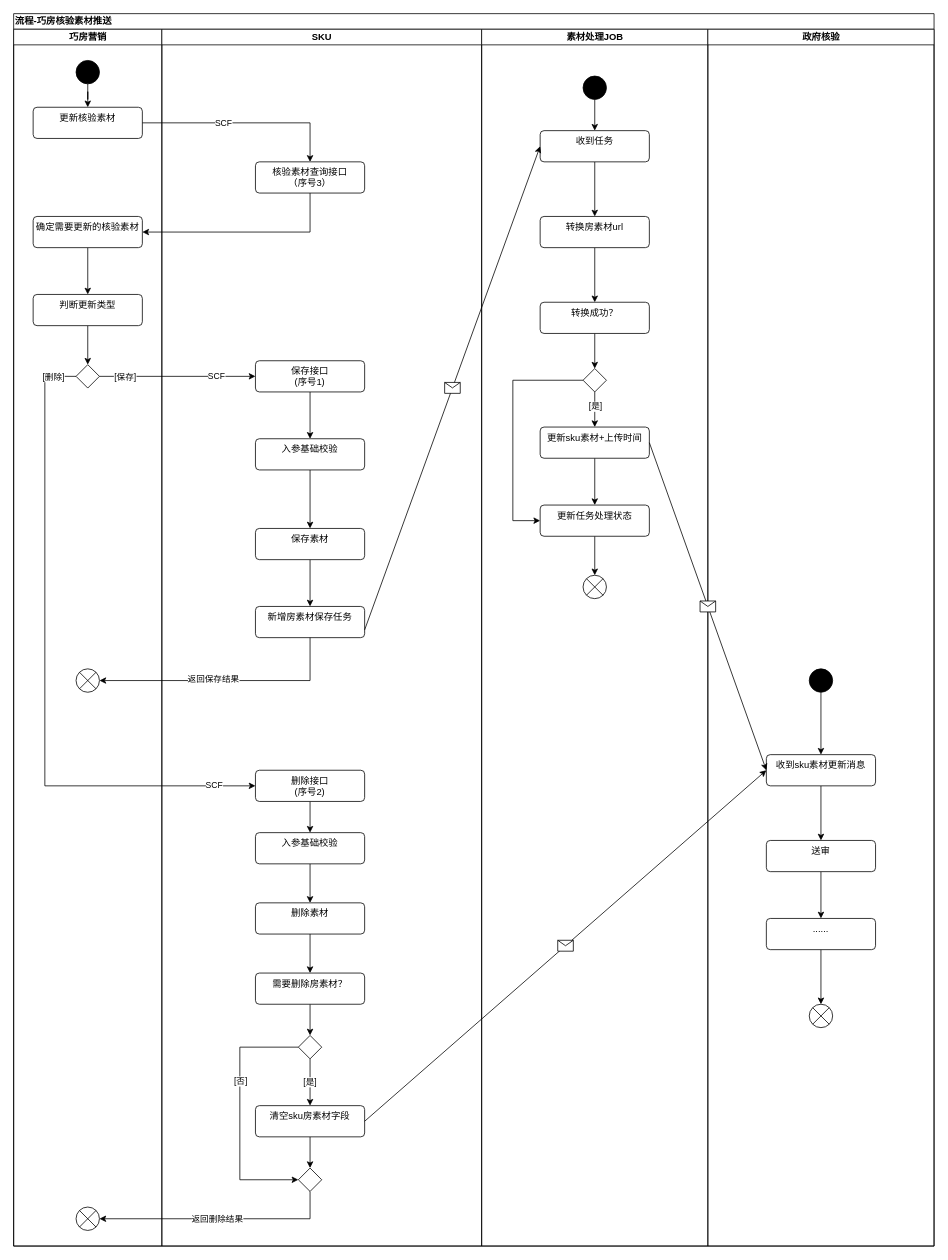
Above: page "流程-巧房核验素材推送" (4 of 8) of 设计文档/政府核验sku化.drawio in guyukou/drawio (draw.io), before the change. Source tidied: cells renumbered, new cells numbered last; positions are measured from the earlier drawing's top-left corner, leaving out a move shared by most shapes. Both pictures are drawn from the tidied source at 78%, with x=0, y=0 at pixel (13, 13).
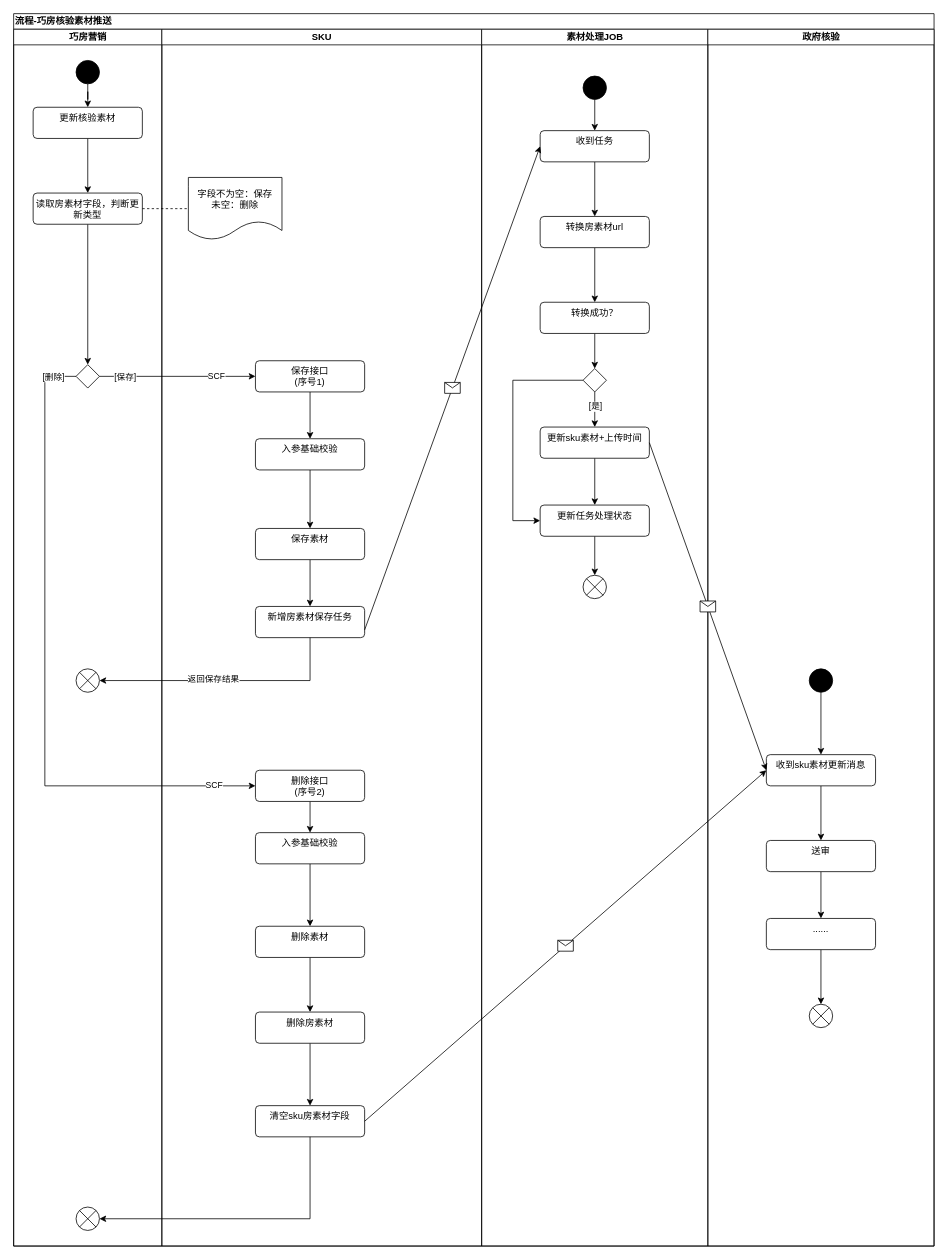
The same diagram, later.

Commit message:
更新政府核验sku化.drawio

Unchanged cells that the change refers to:
```xml
<mxCell id="2" value="流程-巧房核验素材推送" style="swimlane;startSize=20;html=1;align=left;" parent="1" vertex="1">
  <mxGeometry width="1180" height="1580" as="geometry" />
</mxCell>
<mxCell id="3" value="巧房营销" style="swimlane;startSize=20;html=1;" parent="2" vertex="1">
  <mxGeometry y="20" width="190" height="1560" as="geometry" />
</mxCell>
<mxCell id="8" value="更新核验素材" style="html=1;align=center;verticalAlign=top;rounded=1;absoluteArcSize=1;arcSize=10;dashed=0;whiteSpace=wrap;" parent="3" vertex="1">
  <mxGeometry x="25" y="100" width="140" height="40" as="geometry" />
</mxCell>
<mxCell id="13" style="shape=sumEllipse;perimeter=ellipsePerimeter;html=1;backgroundOutline=1;" parent="3" vertex="1">
  <mxGeometry x="80" y="1510" width="30" height="30" as="geometry" />
</mxCell>
<mxCell id="14" value="SKU" style="swimlane;startSize=20;html=1;" parent="2" vertex="1">
  <mxGeometry x="190" y="20" width="410" height="1560" as="geometry" />
</mxCell>
<mxCell id="36" value="清空sku房素材字段" style="html=1;align=center;verticalAlign=top;rounded=1;absoluteArcSize=1;arcSize=10;dashed=0;whiteSpace=wrap;" parent="14" vertex="1">
  <mxGeometry x="120" y="1380" width="140" height="40" as="geometry" />
</mxCell>
```

Diff of the diagram source:
```diff
@@
-    <mxCell id="6" style="edgeStyle=orthogonalEdgeStyle;rounded=0;jettySize=auto;html=1;entryX=0.5;entryY=0;entryDx=0;entryDy=0;" parent="3" edge="1" source="7" target="10">
+    <mxCell id="6" style="edgeStyle=orthogonalEdgeStyle;rounded=0;jettySize=auto;html=1;entryX=0.5;entryY=0;entryDx=0;entryDy=0;exitX=0.5;exitY=1;exitDx=0;exitDy=0;" parent="3" edge="1" source="8" target="10">
       <mxGeometry relative="1" as="geometry" />
     </mxCell>
-    <mxCell id="7" value="确定需要更新的核验素材" style="html=1;align=center;verticalAlign=top;rounded=1;absoluteArcSize=1;arcSize=10;dashed=0;whiteSpace=wrap;" parent="3" vertex="1">
-      <mxGeometry x="25" y="240" width="140" height="40" as="geometry" />
-    </mxCell>
@@
-    <mxCell id="10" value="判断更新类型" style="html=1;align=center;verticalAlign=top;rounded=1;absoluteArcSize=1;arcSize=10;dashed=0;whiteSpace=wrap;" parent="3" vertex="1">
-      <mxGeometry x="25" y="340" width="140" height="40" as="geometry" />
+    <mxCell id="10" value="读取房素材字段，判断更新类型" style="html=1;align=center;verticalAlign=top;rounded=1;absoluteArcSize=1;arcSize=10;dashed=0;whiteSpace=wrap;" parent="3" vertex="1">
+      <mxGeometry x="25" y="210" width="140" height="40" as="geometry" />
     </mxCell>
@@
-    <mxCell id="15" value="核验素材查询接口&lt;br&gt;（序号3）" style="html=1;align=center;verticalAlign=top;rounded=1;absoluteArcSize=1;arcSize=10;dashed=0;whiteSpace=wrap;" parent="14" vertex="1">
-      <mxGeometry x="120" y="170" width="140" height="40" as="geometry" />
-    </mxCell>
@@
     <mxCell id="28" value="删除素材" style="html=1;align=center;verticalAlign=top;rounded=1;absoluteArcSize=1;arcSize=10;dashed=0;whiteSpace=wrap;" parent="14" vertex="1">
-      <mxGeometry x="120" y="1120" width="140" height="40" as="geometry" />
+      <mxGeometry x="120" y="1150" width="140" height="40" as="geometry" />
     </mxCell>
-    <mxCell id="29" style="edgeStyle=orthogonalEdgeStyle;rounded=0;jettySize=auto;html=1;" parent="14" edge="1" source="30" target="34">
+    <mxCell id="29" style="edgeStyle=orthogonalEdgeStyle;rounded=0;jettySize=auto;html=1;entryX=0.5;entryY=0;entryDx=0;entryDy=0;" parent="14" edge="1" source="30" target="36">
       <mxGeometry relative="1" as="geometry" />
     </mxCell>
-    <mxCell id="30" value="需要删除房素材？" style="html=1;align=center;verticalAlign=top;rounded=1;absoluteArcSize=1;arcSize=10;dashed=0;whiteSpace=wrap;" parent="14" vertex="1">
-      <mxGeometry x="120" y="1210" width="140" height="40" as="geometry" />
+    <mxCell id="30" value="删除房素材" style="html=1;align=center;verticalAlign=top;rounded=1;absoluteArcSize=1;arcSize=10;dashed=0;whiteSpace=wrap;" parent="14" vertex="1">
+      <mxGeometry x="120" y="1260" width="140" height="40" as="geometry" />
     </mxCell>
-    <mxCell id="31" value="[是]" style="edgeStyle=orthogonalEdgeStyle;rounded=0;jettySize=auto;html=1;" parent="14" edge="1" source="34" target="36">
-      <mxGeometry relative="1" as="geometry" />
-    </mxCell>
-    <mxCell id="32" style="edgeStyle=orthogonalEdgeStyle;rounded=0;jettySize=auto;html=1;entryX=0;entryY=0.5;entryDx=0;entryDy=0;exitX=0;exitY=0.5;exitDx=0;exitDy=0;" parent="14" edge="1" source="34" target="37">
-      <mxGeometry relative="1" as="geometry">
-        <Array as="points">
-          <mxPoint x="100" y="1305" />
-          <mxPoint x="100" y="1475" />
-        </Array>
-      </mxGeometry>
-    </mxCell>
-    <mxCell id="33" value="[否]" style="edgeLabel;html=1;align=center;verticalAlign=middle;" parent="32" vertex="1">
-      <mxGeometry x="-0.26" relative="1" as="geometry" />
-    </mxCell>
-    <mxCell id="34" style="rhombus;" parent="14" vertex="1">
-      <mxGeometry x="175" y="1290" width="30" height="30" as="geometry" />
-    </mxCell>
-    <mxCell id="35" style="edgeStyle=orthogonalEdgeStyle;rounded=0;jettySize=auto;html=1;" parent="14" edge="1" source="36" target="37">
-      <mxGeometry relative="1" as="geometry" />
-    </mxCell>
@@
-    <mxCell id="37" style="rhombus;" parent="14" vertex="1">
-      <mxGeometry x="175" y="1460" width="30" height="30" as="geometry" />
-    </mxCell>
+    <mxCell id="84" value="字段不为空：保存&lt;br&gt;未空：删除" style="shape=document;whiteSpace=wrap;html=1;boundedLbl=1;" parent="14" vertex="1">
+      <mxGeometry x="34" y="190" width="120" height="80" as="geometry" />
+    </mxCell>
@@
-    <mxCell id="66" style="edgeStyle=orthogonalEdgeStyle;rounded=0;jettySize=auto;html=1;" parent="2" edge="1" source="8" target="15">
-      <mxGeometry relative="1" as="geometry" />
-    </mxCell>
-    <mxCell id="67" value="SCF" style="edgeLabel;html=1;align=center;verticalAlign=middle;" parent="66" vertex="1">
-      <mxGeometry x="-0.15" relative="1" as="geometry">
-        <mxPoint x="-10" as="offset" />
-      </mxGeometry>
-    </mxCell>
-    <mxCell id="68" style="edgeStyle=orthogonalEdgeStyle;rounded=0;jettySize=auto;html=1;entryX=1;entryY=0.5;entryDx=0;entryDy=0;exitX=0.5;exitY=1;exitDx=0;exitDy=0;" parent="2" edge="1" source="15" target="7">
-      <mxGeometry relative="1" as="geometry" />
-    </mxCell>
@@
-    <mxCell id="76" style="edgeStyle=orthogonalEdgeStyle;rounded=0;jettySize=auto;html=1;entryX=1;entryY=0.5;entryDx=0;entryDy=0;exitX=0.5;exitY=1;exitDx=0;exitDy=0;" parent="2" edge="1" source="37" target="13">
-      <mxGeometry relative="1" as="geometry" />
-    </mxCell>
-    <mxCell id="77" value="返回删除结果" style="edgeLabel;html=1;align=center;verticalAlign=middle;" parent="76" vertex="1">
-      <mxGeometry x="-0.05" relative="1" as="geometry">
-        <mxPoint x="-10" as="offset" />
-      </mxGeometry>
-    </mxCell>
@@
+    <mxCell id="85" style="endArrow=none;dashed=1;html=1;rounded=0;exitX=1;exitY=0.5;exitDx=0;exitDy=0;" parent="2" edge="1" source="10" target="84">
+      <mxGeometry relative="1" as="geometry" />
+    </mxCell>
+    <mxCell id="86" style="edgeStyle=orthogonalEdgeStyle;rounded=0;jettySize=auto;html=1;entryX=1;entryY=0.5;entryDx=0;entryDy=0;exitX=0.5;exitY=1;exitDx=0;exitDy=0;" parent="2" edge="1" source="36" target="13">
+      <mxGeometry relative="1" as="geometry" />
+    </mxCell>
```
